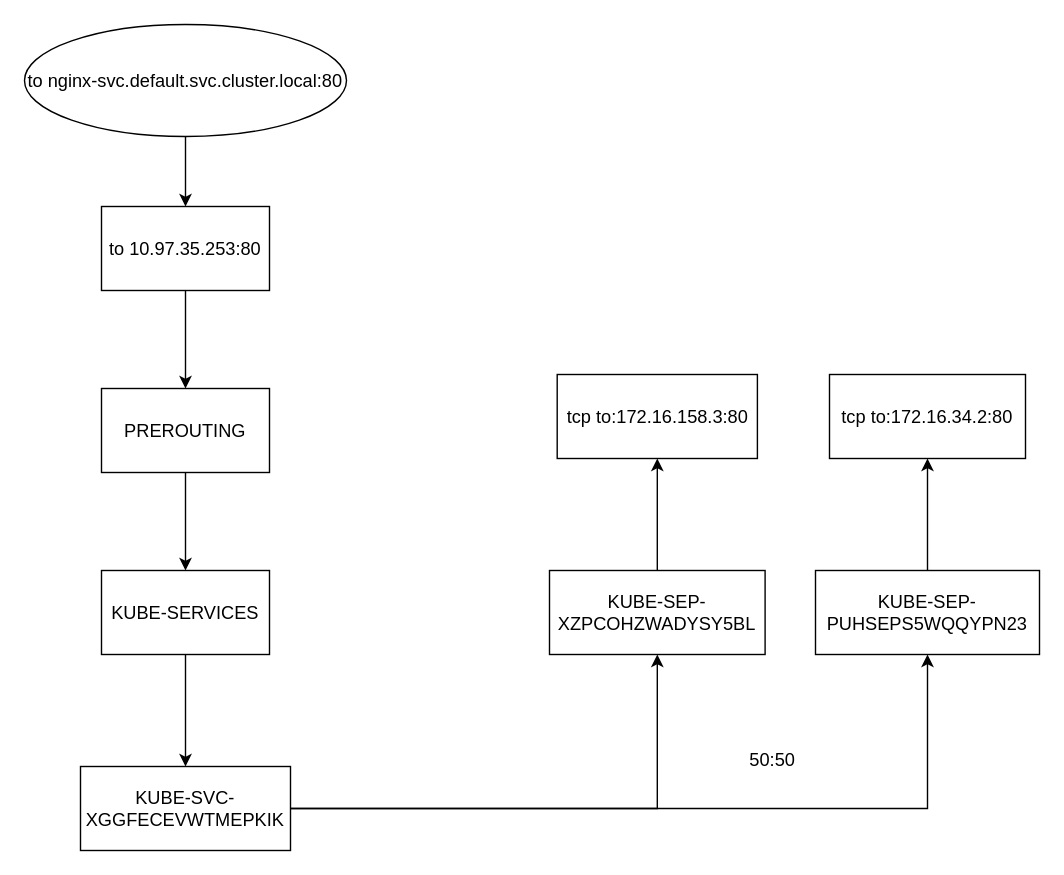
Earlier version of the draw.io diagram iptables.drawio (YanyChoi/drawio). Source tidied: cells renumbered, new cells numbered last; positions are measured from the earlier drawing's top-left corner, leaving out a move shared by most shapes. Both pictures are drawn from the tidied source at 140%, with x=0, y=0 at pixel (24, 24).
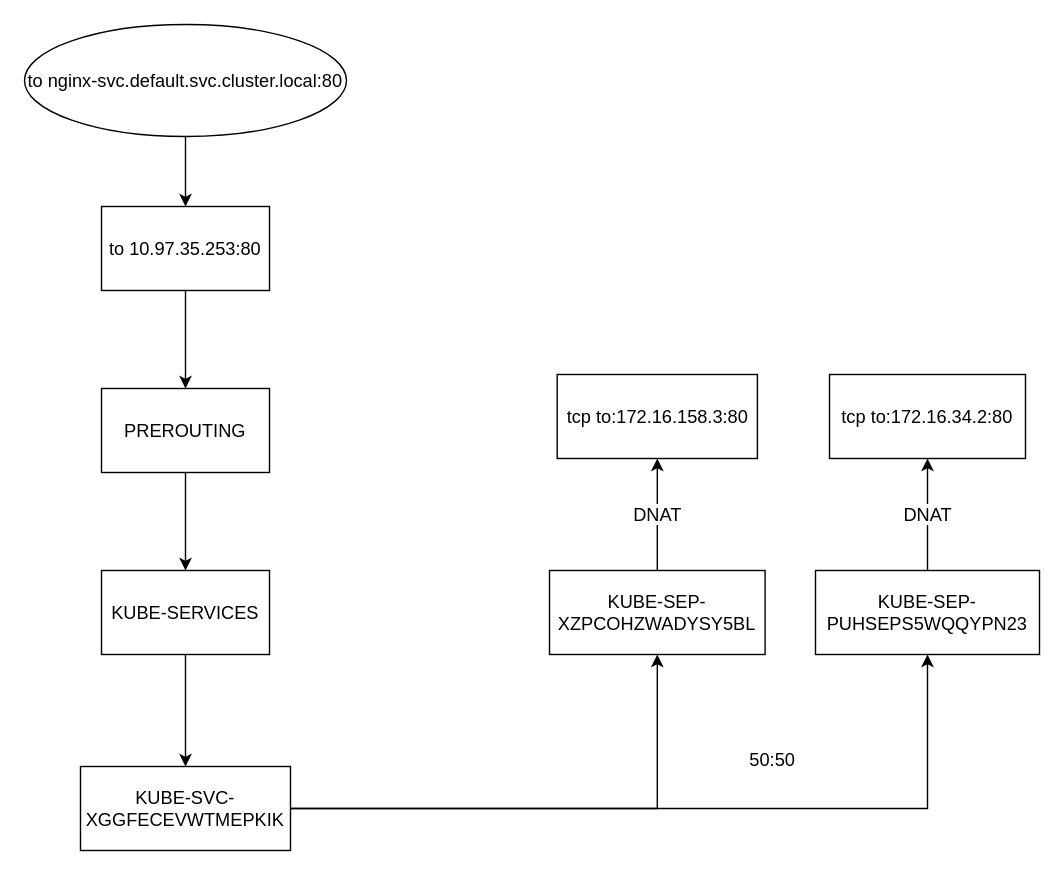
The same diagram, later.

What changed in the source:
```diff
@@
 <mxGraphModel>
   <root>
     <mxCell id="0" />
     <mxCell id="1" parent="0" />
     <mxCell id="2" style="edgeStyle=orthogonalEdgeStyle;rounded=0;jettySize=auto;html=1;fontSize=13;" parent="1" edge="1" source="3" target="5">
       <mxGeometry relative="1" as="geometry" />
     </mxCell>
     <mxCell id="3" value="PREROUTING" style="rounded=0;whiteSpace=wrap;html=1;fontSize=13;" parent="1" vertex="1">
       <mxGeometry x="55" y="260" width="120" height="60" as="geometry" />
     </mxCell>
     <mxCell id="4" style="edgeStyle=orthogonalEdgeStyle;rounded=0;jettySize=auto;html=1;fontSize=13;" parent="1" edge="1" source="5" target="12">
       <mxGeometry relative="1" as="geometry" />
     </mxCell>
     <mxCell id="5" value="KUBE-SERVICES" style="whiteSpace=wrap;html=1;rounded=0;fontSize=13;" parent="1" vertex="1">
       <mxGeometry x="55" y="390" width="120" height="60" as="geometry" />
     </mxCell>
     <mxCell id="6" style="edgeStyle=orthogonalEdgeStyle;rounded=0;jettySize=auto;html=1;fontSize=13;" parent="1" edge="1" source="7" target="9">
       <mxGeometry relative="1" as="geometry" />
     </mxCell>
     <mxCell id="7" value="to nginx-svc.default.svc.cluster.local:80" style="ellipse;whiteSpace=wrap;html=1;fontSize=13;" parent="1" vertex="1">
       <mxGeometry width="230" height="80" as="geometry" />
     </mxCell>
     <mxCell id="8" style="edgeStyle=orthogonalEdgeStyle;rounded=0;jettySize=auto;html=1;entryX=0.5;entryY=0;entryDx=0;entryDy=0;fontSize=13;" parent="1" edge="1" source="9" target="3">
       <mxGeometry relative="1" as="geometry" />
     </mxCell>
     <mxCell id="9" value="to 10.97.35.253:80" style="whiteSpace=wrap;html=1;fontSize=13;" parent="1" vertex="1">
       <mxGeometry x="55" y="130" width="120" height="60" as="geometry" />
     </mxCell>
     <mxCell id="10" style="edgeStyle=orthogonalEdgeStyle;rounded=0;jettySize=auto;html=1;fontSize=13;" parent="1" edge="1" source="12" target="14">
       <mxGeometry relative="1" as="geometry" />
     </mxCell>
     <mxCell id="11" style="edgeStyle=orthogonalEdgeStyle;rounded=0;jettySize=auto;html=1;fontSize=13;" parent="1" edge="1" source="12" target="16">
       <mxGeometry relative="1" as="geometry" />
     </mxCell>
     <mxCell id="12" value="KUBE-SVC-XGGFECEVWTMEPKIK" style="whiteSpace=wrap;html=1;rounded=0;fontSize=13;" parent="1" vertex="1">
       <mxGeometry x="40" y="530" width="150" height="60" as="geometry" />
     </mxCell>
-    <mxCell id="13" style="edgeStyle=orthogonalEdgeStyle;rounded=0;jettySize=auto;html=1;fontSize=13;" parent="1" edge="1" source="14" target="19">
+    <mxCell id="13" value="DNAT" style="edgeStyle=orthogonalEdgeStyle;rounded=0;jettySize=auto;html=1;fontSize=13;" parent="1" edge="1" source="14" target="19">
       <mxGeometry relative="1" as="geometry" />
     </mxCell>
     <mxCell id="14" value="KUBE-SEP-XZPCOHZWADYSY5BL" style="whiteSpace=wrap;html=1;rounded=0;fontSize=13;" parent="1" vertex="1">
       <mxGeometry x="375" y="390" width="154" height="60" as="geometry" />
     </mxCell>
-    <mxCell id="15" style="edgeStyle=orthogonalEdgeStyle;rounded=0;jettySize=auto;html=1;fontSize=13;" parent="1" edge="1" source="16" target="18">
+    <mxCell id="15" value="DNAT" style="edgeStyle=orthogonalEdgeStyle;rounded=0;jettySize=auto;html=1;fontSize=13;" parent="1" edge="1" source="16" target="18">
       <mxGeometry relative="1" as="geometry" />
     </mxCell>
     <mxCell id="16" value="KUBE-SEP-PUHSEPS5WQQYPN23" style="whiteSpace=wrap;html=1;rounded=0;fontSize=13;" parent="1" vertex="1">
       <mxGeometry x="565" y="390" width="160" height="60" as="geometry" />
     </mxCell>
     <mxCell id="17" value="50:50" style="text;html=1;align=center;verticalAlign=middle;strokeColor=none;fillColor=none;fontSize=13;" parent="1" vertex="1">
       <mxGeometry x="504" y="510" width="60" height="30" as="geometry" />
     </mxCell>
     <mxCell id="18" value="tcp to:172.16.34.2:80" style="whiteSpace=wrap;html=1;rounded=0;fontSize=13;" parent="1" vertex="1">
       <mxGeometry x="575" y="250" width="140" height="60" as="geometry" />
     </mxCell>
     <mxCell id="19" value="tcp to:172.16.158.3:80" style="whiteSpace=wrap;html=1;rounded=0;fontSize=13;" parent="1" vertex="1">
       <mxGeometry x="380.5" y="250" width="143" height="60" as="geometry" />
     </mxCell>
   </root>
 </mxGraphModel>
```
